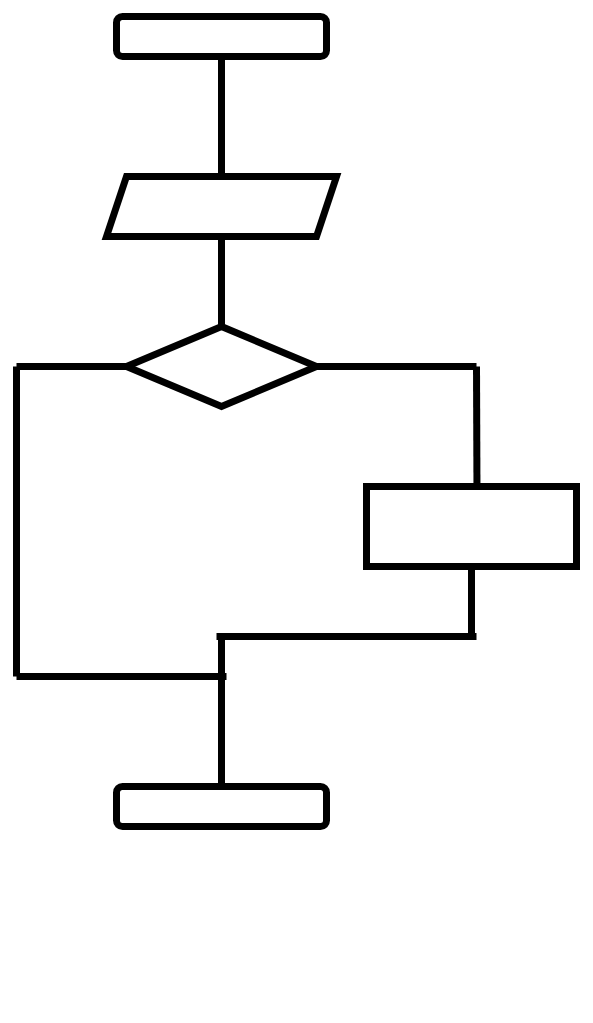
Above: flowchart.drawio in zanaviska/diploma (draw.io), before the change. Source tidied: cells renumbered, new cells numbered last; positions are measured from the earlier drawing's top-left corner, leaving out a move shared by most shapes. Both pictures are drawn from the tidied source at 100%, with x=0, y=0 at pixel (16, 16).
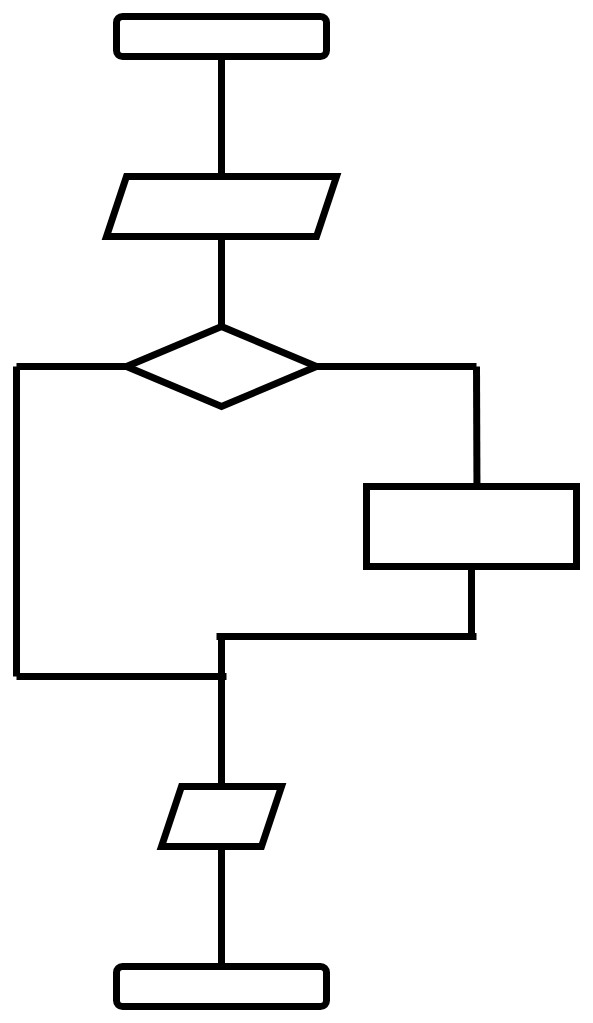
Above is the later version.

Commit message (it also covers changes not shown here):
added more blocks to example file

What changed in the source:
```diff
@@
     <mxCell id="4" style="rounded=1;whiteSpace=wrap;html=1;fontSize=12;glass=0;strokeWidth=7;shadow=0;" parent="1" vertex="1">
-      <mxGeometry x="100" y="770" width="210" height="40" as="geometry" />
+      <mxGeometry x="100" y="950" width="210" height="40" as="geometry" />
     </mxCell>
@@
-    <mxCell id="15" style="endArrow=none;html=1;strokeWidth=7;exitX=0.5;exitY=0;exitDx=0;exitDy=0;" parent="1" edge="1" source="4">
+    <mxCell id="15" style="endArrow=none;html=1;strokeWidth=7;exitX=0.5;exitY=0;exitDx=0;exitDy=0;" parent="1" edge="1" source="17">
       <mxGeometry relative="1" as="geometry">
         <mxPoint x="205" y="620" as="targetPoint" />
       </mxGeometry>
     </mxCell>
@@
+    <mxCell id="17" style="shape=parallelogram;perimeter=parallelogramPerimeter;whiteSpace=wrap;html=1;fixedSize=1;strokeWidth=7;" parent="1" vertex="1">
+      <mxGeometry x="145" y="770" width="120" height="60" as="geometry" />
+    </mxCell>
+    <mxCell id="18" style="endArrow=none;html=1;strokeWidth=7;entryX=0.5;entryY=1;entryDx=0;entryDy=0;exitX=0.5;exitY=0;exitDx=0;exitDy=0;" parent="1" edge="1" source="4" target="17">
+      <mxGeometry relative="1" as="geometry" />
+    </mxCell>
```
